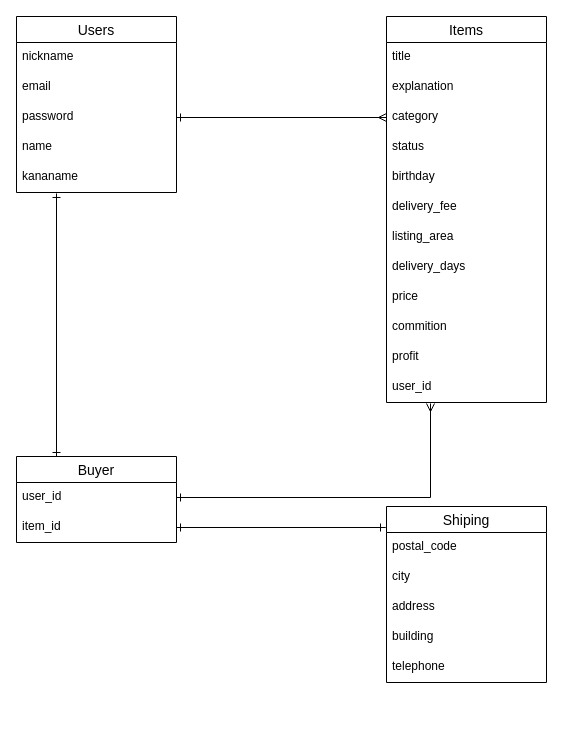
This is furima.dio from Narumi2233/furima-34728, a draw.io file, before an edit. Source tidied: cells renumbered, new cells numbered last; positions are measured from the earlier drawing's top-left corner, leaving out a move shared by most shapes. Both pictures are drawn from the tidied source at 100%, with x=0, y=0 at pixel (16, 16).
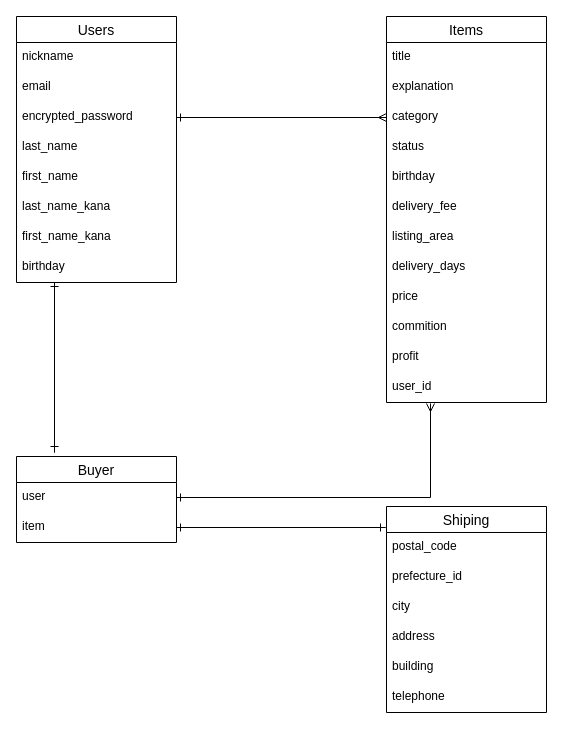
Above is the later version.

Commit message (it also covers changes not shown here):
ER図、README修正1

The change refers to these unchanged cells:
```xml
<mxCell id="3" value="Buyer" style="swimlane;fontStyle=0;horizontal=1;startSize=26;align=center;fontSize=14;" parent="1" vertex="1">
  <mxGeometry y="440" width="160" height="86" as="geometry" />
</mxCell>
```

The edit, as a diff of the source:
```diff
@@
-    <mxCell id="2" style="edgeStyle=orthogonalEdgeStyle;rounded=0;jettySize=auto;html=1;exitX=0.25;exitY=0;exitDx=0;exitDy=0;entryX=0.25;entryY=1.033;entryDx=0;entryDy=0;entryPerimeter=0;startArrow=ERone;startFill=0;endArrow=ERone;endFill=0;" parent="1" edge="1" source="3" target="24">
-      <mxGeometry relative="1" as="geometry" />
+    <mxCell id="2" style="edgeStyle=orthogonalEdgeStyle;rounded=0;orthogonalLoop=1;jettySize=auto;html=1;startArrow=ERone;startFill=0;endArrow=ERone;endFill=0;" parent="1" edge="1">
+      <mxGeometry relative="1" as="geometry">
+        <mxPoint x="38" y="426" as="sourcePoint" />
+        <mxPoint x="38" y="266" as="targetPoint" />
+        <Array as="points">
+          <mxPoint x="38" y="436" />
+        </Array>
+      </mxGeometry>
     </mxCell>
@@
-    <mxCell id="4" value="user_id" style="text;strokeColor=none;fillColor=none;spacingLeft=4;spacingRight=4;overflow=hidden;points=[[0,0.5],[1,0.5]];portConstraint=eastwest;fontSize=12;" parent="3" vertex="1">
+    <mxCell id="4" value="user" style="text;strokeColor=none;fillColor=none;spacingLeft=4;spacingRight=4;overflow=hidden;points=[[0,0.5],[1,0.5]];portConstraint=eastwest;fontSize=12;" parent="3" vertex="1">
       <mxGeometry y="26" width="160" height="30" as="geometry" />
     </mxCell>
-    <mxCell id="5" value="item_id" style="text;strokeColor=none;fillColor=none;spacingLeft=4;spacingRight=4;overflow=hidden;points=[[0,0.5],[1,0.5]];portConstraint=eastwest;fontSize=12;" parent="3" vertex="1">
+    <mxCell id="5" value="item" style="text;strokeColor=none;fillColor=none;spacingLeft=4;spacingRight=4;overflow=hidden;points=[[0,0.5],[1,0.5]];portConstraint=eastwest;fontSize=12;" parent="3" vertex="1">
       <mxGeometry y="56" width="160" height="30" as="geometry" />
     </mxCell>
@@
     <mxCell id="19" value="Users" style="swimlane;fontStyle=0;horizontal=1;startSize=26;align=center;fontSize=14;verticalAlign=middle;" parent="1" vertex="1">
-      <mxGeometry width="160" height="176" as="geometry" />
+      <mxGeometry width="160" height="266" as="geometry" />
     </mxCell>
@@
-    <mxCell id="22" value="password" style="text;strokeColor=none;fillColor=none;spacingLeft=4;spacingRight=4;overflow=hidden;points=[[0,0.5],[1,0.5]];portConstraint=eastwest;fontSize=12;" parent="19" vertex="1">
+    <mxCell id="22" value="encrypted_password" style="text;strokeColor=none;fillColor=none;spacingLeft=4;spacingRight=4;overflow=hidden;points=[[0,0.5],[1,0.5]];portConstraint=eastwest;fontSize=12;" parent="19" vertex="1">
       <mxGeometry y="86" width="160" height="30" as="geometry" />
     </mxCell>
-    <mxCell id="23" value="name" style="text;strokeColor=none;fillColor=none;spacingLeft=4;spacingRight=4;overflow=hidden;fontSize=12;" parent="19" vertex="1">
-      <mxGeometry y="116" width="160" height="30" as="geometry" />
-    </mxCell>
-    <mxCell id="24" value="kananame" style="text;strokeColor=none;fillColor=none;spacingLeft=4;spacingRight=4;overflow=hidden;points=[[0,0.5],[1,0.5]];portConstraint=eastwest;fontSize=12;" parent="19" vertex="1">
-      <mxGeometry y="146" width="160" height="30" as="geometry" />
+    <mxCell id="24" value="last_name" style="text;strokeColor=none;fillColor=none;spacingLeft=4;spacingRight=4;overflow=hidden;points=[[0,0.5],[1,0.5]];portConstraint=eastwest;fontSize=12;" parent="19" vertex="1">
+      <mxGeometry y="116" width="160" height="30" as="geometry" />
     </mxCell>
+    <mxCell id="34" value="first_name" style="text;strokeColor=none;fillColor=none;spacingLeft=4;spacingRight=4;overflow=hidden;fontSize=12;" parent="19" vertex="1">
+      <mxGeometry y="146" width="160" height="30" as="geometry" />
+    </mxCell>
+    <mxCell id="35" value="last_name_kana" style="text;strokeColor=none;fillColor=none;spacingLeft=4;spacingRight=4;overflow=hidden;fontSize=12;" parent="19" vertex="1">
+      <mxGeometry y="176" width="160" height="30" as="geometry" />
+    </mxCell>
+    <mxCell id="36" value="first_name_kana" style="text;strokeColor=none;fillColor=none;spacingLeft=4;spacingRight=4;overflow=hidden;fontSize=12;" parent="19" vertex="1">
+      <mxGeometry y="206" width="160" height="30" as="geometry" />
+    </mxCell>
+    <mxCell id="37" value="birthday" style="text;strokeColor=none;fillColor=none;spacingLeft=4;spacingRight=4;overflow=hidden;fontSize=12;" parent="19" vertex="1">
+      <mxGeometry y="236" width="160" height="30" as="geometry" />
+    </mxCell>
@@
     <mxCell id="27" value="Shiping" style="swimlane;fontStyle=0;horizontal=1;startSize=26;align=center;fontSize=14;" parent="1" vertex="1">
-      <mxGeometry x="370" y="490" width="160" height="176" as="geometry" />
+      <mxGeometry x="370" y="490" width="160" height="206" as="geometry" />
     </mxCell>
@@
-    <mxCell id="29" value="city" style="text;strokeColor=none;fillColor=none;spacingLeft=4;spacingRight=4;overflow=hidden;fontSize=12;" parent="27" vertex="1">
+    <mxCell id="29" value="prefecture_id" style="text;strokeColor=none;fillColor=none;spacingLeft=4;spacingRight=4;overflow=hidden;fontSize=12;" parent="27" vertex="1">
       <mxGeometry y="56" width="160" height="30" as="geometry" />
     </mxCell>
-    <mxCell id="30" value="address" style="text;strokeColor=none;fillColor=none;spacingLeft=4;spacingRight=4;overflow=hidden;fontSize=12;" parent="27" vertex="1">
+    <mxCell id="30" value="city" style="text;strokeColor=none;fillColor=none;spacingLeft=4;spacingRight=4;overflow=hidden;fontSize=12;" parent="27" vertex="1">
       <mxGeometry y="86" width="160" height="30" as="geometry" />
     </mxCell>
-    <mxCell id="31" value="building" style="text;strokeColor=none;fillColor=none;spacingLeft=4;spacingRight=4;overflow=hidden;fontSize=12;" parent="27" vertex="1">
+    <mxCell id="31" value="address" style="text;strokeColor=none;fillColor=none;spacingLeft=4;spacingRight=4;overflow=hidden;fontSize=12;" parent="27" vertex="1">
       <mxGeometry y="116" width="160" height="30" as="geometry" />
     </mxCell>
-    <mxCell id="32" value="telephone" style="text;strokeColor=none;fillColor=none;spacingLeft=4;spacingRight=4;overflow=hidden;fontSize=12;" parent="27" vertex="1">
+    <mxCell id="32" value="building" style="text;strokeColor=none;fillColor=none;spacingLeft=4;spacingRight=4;overflow=hidden;fontSize=12;" parent="27" vertex="1">
       <mxGeometry y="146" width="160" height="30" as="geometry" />
     </mxCell>
+    <mxCell id="38" value="telephone" style="text;strokeColor=none;fillColor=none;spacingLeft=4;spacingRight=4;overflow=hidden;fontSize=12;" parent="27" vertex="1">
+      <mxGeometry y="176" width="160" height="30" as="geometry" />
+    </mxCell>
```
